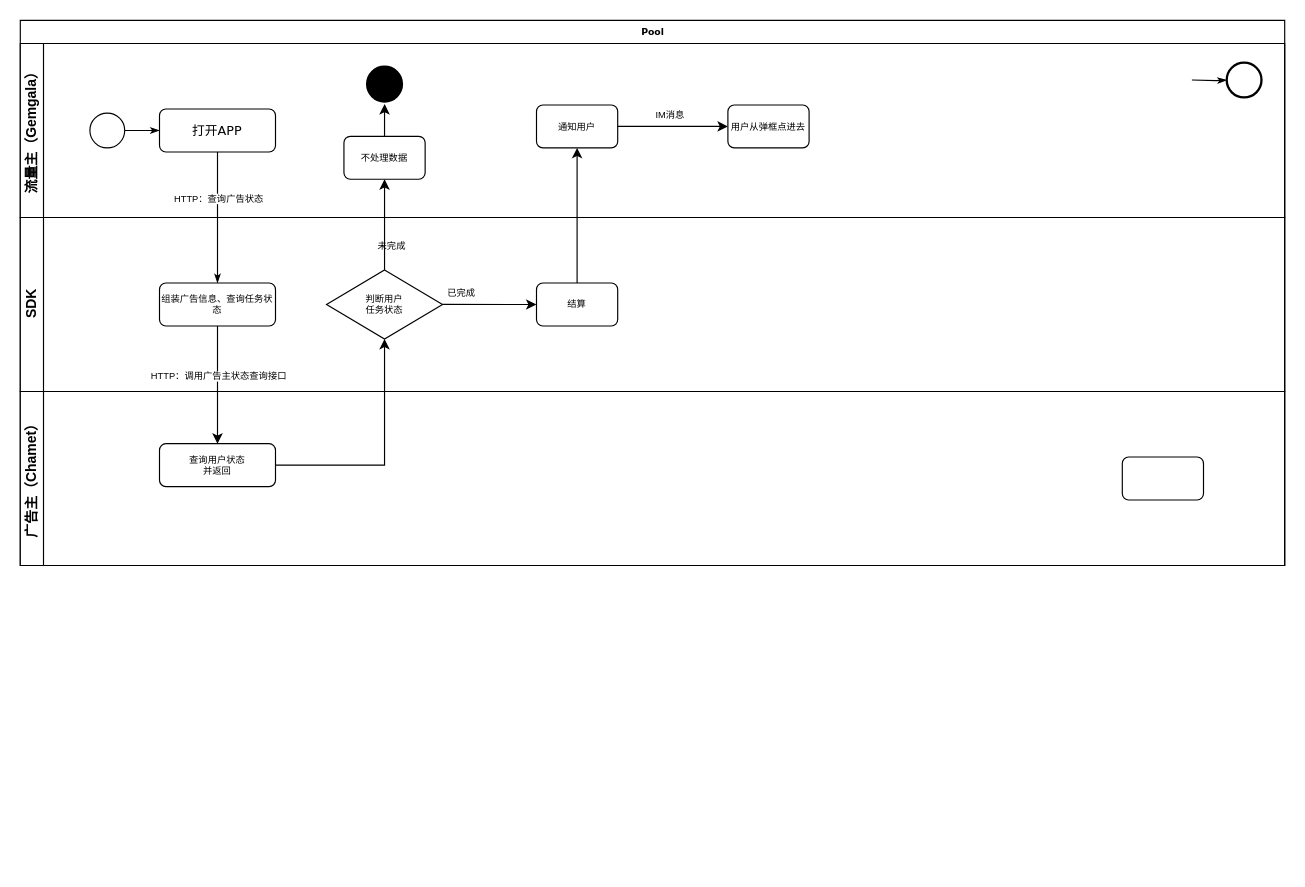
hozhis/xbb keeps this draw.io diagram as 未命名绘图.drawio. Above is the earlier version. Source tidied: cells renumbered, new cells numbered last; positions are measured from the earlier drawing's top-left corner, leaving out a move shared by most shapes. Both pictures are drawn from the tidied source at 116%, with x=0, y=0 at pixel (20, 20).
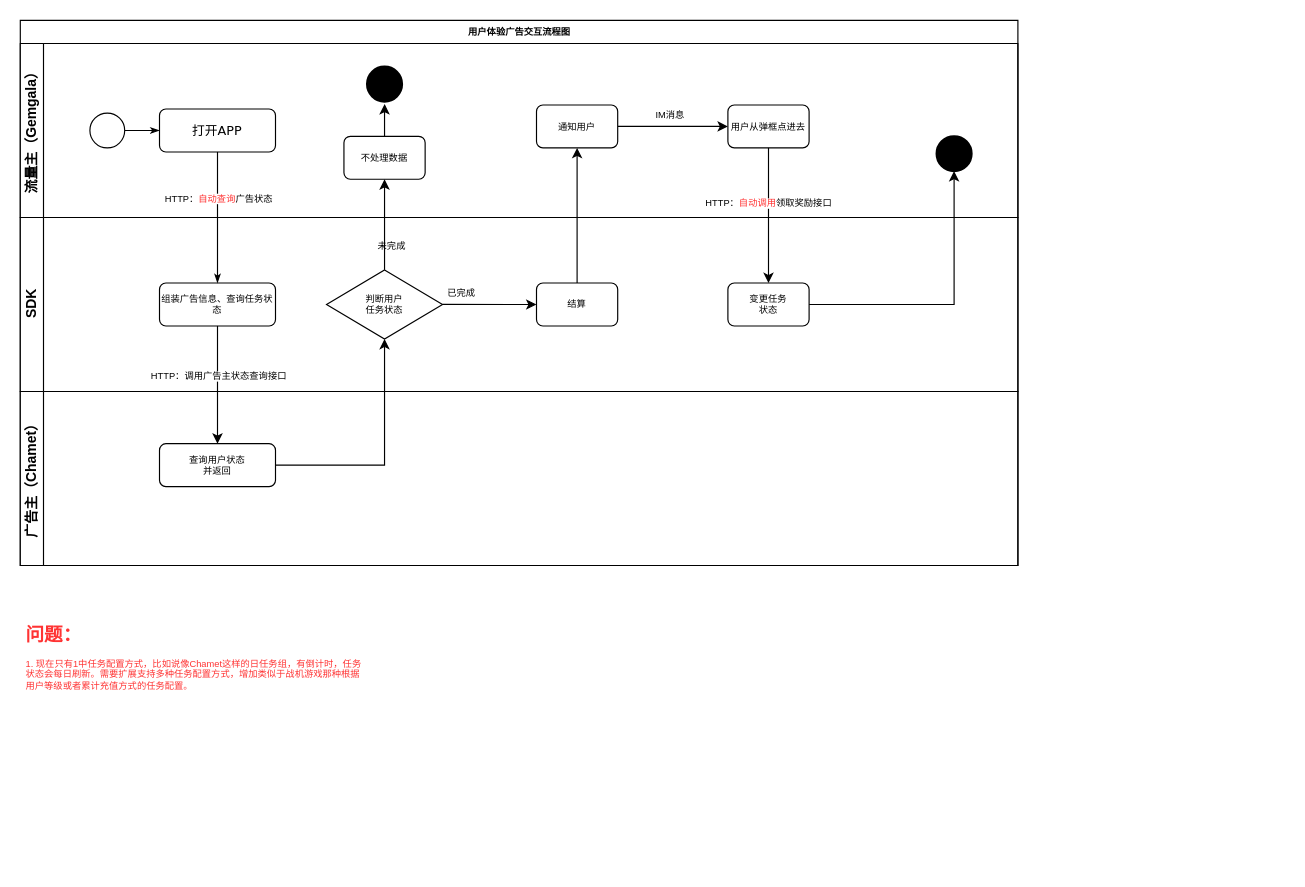
Above is the later version.

Commit message (it also covers changes not shown here):
更新未命名绘图.drawio

Unchanged cells that the change refers to:
```xml
<mxCell id="14" value="用户从弹框点进去" style="rounded=1;whiteSpace=wrap;html=1;shadow=0;labelBackgroundColor=none;strokeWidth=1;fontFamily=Verdana;fontSize=8;align=center;" parent="3" vertex="1">
  <mxGeometry x="610" y="53" width="70" height="37" as="geometry" />
</mxCell>
<mxCell id="23" style="edgeStyle=orthogonalEdgeStyle;rounded=0;html=1;labelBackgroundColor=none;startArrow=none;startFill=0;startSize=5;endArrow=classicThin;endFill=1;endSize=5;jettySize=auto;strokeWidth=1;fontFamily=Verdana;fontSize=8;" parent="2" edge="1" source="6" target="17">
  <mxGeometry relative="1" as="geometry">
    <Array as="points">
      <mxPoint x="170" y="190" />
      <mxPoint x="170" y="190" />
    </Array>
  </mxGeometry>
</mxCell>
```

Change to the diagram source:
```diff
@@
-    <mxCell id="2" value="Pool" style="swimlane;html=1;horizontal=1;startSize=20;rounded=0;shadow=0;labelBackgroundColor=none;strokeWidth=1;fontFamily=Verdana;fontSize=8;align=center;" parent="1" vertex="1">
-      <mxGeometry width="1090" height="470" as="geometry" />
+    <mxCell id="2" value="用户体验广告交互流程图" style="swimlane;html=1;horizontal=1;startSize=20;rounded=0;shadow=0;labelBackgroundColor=none;strokeWidth=1;fontFamily=Verdana;fontSize=8;align=center;" parent="1" vertex="1">
+      <mxGeometry width="860" height="470" as="geometry" />
     </mxCell>
     <mxCell id="3" value="流量主（Gemgala）" style="swimlane;html=1;startSize=20;horizontal=0;" parent="2" vertex="1">
-      <mxGeometry y="20" width="1090" height="150" as="geometry" />
+      <mxGeometry y="20" width="860" height="150" as="geometry" />
     </mxCell>
@@
-    <mxCell id="9" style="edgeStyle=orthogonalEdgeStyle;rounded=0;html=1;labelBackgroundColor=none;startArrow=none;startFill=0;startSize=5;endArrow=classicThin;endFill=1;endSize=5;jettySize=auto;strokeWidth=1;fontFamily=Verdana;fontSize=8;" parent="3" edge="1" target="10">
-      <mxGeometry relative="1" as="geometry">
-        <mxPoint x="1010" y="31.5" as="sourcePoint" />
-      </mxGeometry>
-    </mxCell>
-    <mxCell id="10" style="ellipse;whiteSpace=wrap;html=1;rounded=0;shadow=0;labelBackgroundColor=none;strokeWidth=2;fontFamily=Verdana;fontSize=8;align=center;" parent="3" vertex="1">
-      <mxGeometry x="1040" y="16.5" width="30" height="30" as="geometry" />
-    </mxCell>
@@
+    <mxCell id="33" style="ellipse;whiteSpace=wrap;html=1;rounded=0;shadow=0;labelBackgroundColor=none;strokeWidth=2;fontFamily=Verdana;fontSize=8;align=center;fillColor=#000000;" parent="3" vertex="1">
+      <mxGeometry x="790" y="80" width="30" height="30" as="geometry" />
+    </mxCell>
     <mxCell id="16" value="SDK" style="swimlane;html=1;startSize=20;horizontal=0;" parent="2" vertex="1">
-      <mxGeometry y="170" width="1090" height="150" as="geometry" />
+      <mxGeometry y="170" width="860" height="150" as="geometry" />
     </mxCell>
@@
+    <mxCell id="34" value="变更任务&lt;br&gt;状态" style="rounded=1;whiteSpace=wrap;html=1;shadow=0;labelBackgroundColor=none;strokeWidth=1;fontFamily=Verdana;fontSize=8;align=center;" parent="16" vertex="1">
+      <mxGeometry x="610" y="56.5" width="70" height="37" as="geometry" />
+    </mxCell>
@@
-    <mxCell id="24" value="HTTP：查询广告状态" style="edgeLabel;html=1;align=center;verticalAlign=middle;fontSize=8;" parent="23" vertex="1">
+    <mxCell id="24" value="HTTP：&lt;font color=&quot;#ff3333&quot;&gt;自动查询&lt;/font&gt;广告状态" style="edgeLabel;html=1;align=center;verticalAlign=middle;fontSize=8;" parent="23" vertex="1">
       <mxGeometry x="-0.29" relative="1" as="geometry" />
     </mxCell>
@@
     <mxCell id="28" value="广告主（Chamet）" style="swimlane;html=1;startSize=20;horizontal=0;" parent="2" vertex="1">
-      <mxGeometry y="320" width="1090" height="150" as="geometry" />
+      <mxGeometry y="320" width="860" height="150" as="geometry" />
     </mxCell>
-    <mxCell id="29" style="rounded=1;whiteSpace=wrap;html=1;shadow=0;labelBackgroundColor=none;strokeWidth=1;fontFamily=Verdana;fontSize=8;align=center;" parent="28" vertex="1">
-      <mxGeometry x="950" y="56.5" width="70" height="37" as="geometry" />
-    </mxCell>
@@
+    <mxCell id="35" style="edgeStyle=orthogonalEdgeStyle;rounded=0;jettySize=auto;html=1;exitX=0.5;exitY=1;exitDx=0;exitDy=0;fontSize=8;" parent="2" edge="1" source="14" target="34">
+      <mxGeometry relative="1" as="geometry" />
+    </mxCell>
+    <mxCell id="36" value="HTTP：&lt;font color=&quot;#ff3333&quot;&gt;自动调用&lt;/font&gt;领取奖励接口" style="edgeLabel;html=1;align=center;verticalAlign=middle;fontSize=8;" parent="35" vertex="1">
+      <mxGeometry x="-0.19" y="-1" relative="1" as="geometry" />
+    </mxCell>
+    <mxCell id="37" style="edgeStyle=orthogonalEdgeStyle;rounded=0;jettySize=auto;html=1;exitX=1;exitY=0.5;exitDx=0;exitDy=0;fontSize=8;fontColor=#FF3333;" parent="2" edge="1" source="34" target="33">
+      <mxGeometry relative="1" as="geometry" />
+    </mxCell>
+    <mxCell id="38" value="&lt;h1&gt;问题：&lt;/h1&gt;&lt;p&gt;1. 现在只有1中任务配置方式，比如说像Chamet这样的日任务组，有倒计时，任务状态会每日刷新。需要扩展支持多种任务配置方式，增加类似于战机游戏那种根据用户等级或者累计充值方式的任务配置。&lt;/p&gt;" style="text;html=1;strokeColor=none;fillColor=none;spacing=5;spacingTop=-20;whiteSpace=wrap;overflow=hidden;rounded=0;fontSize=8;fontColor=#FF3333;" parent="1" vertex="1">
+      <mxGeometry y="520" width="300" height="210" as="geometry" />
+    </mxCell>
```
